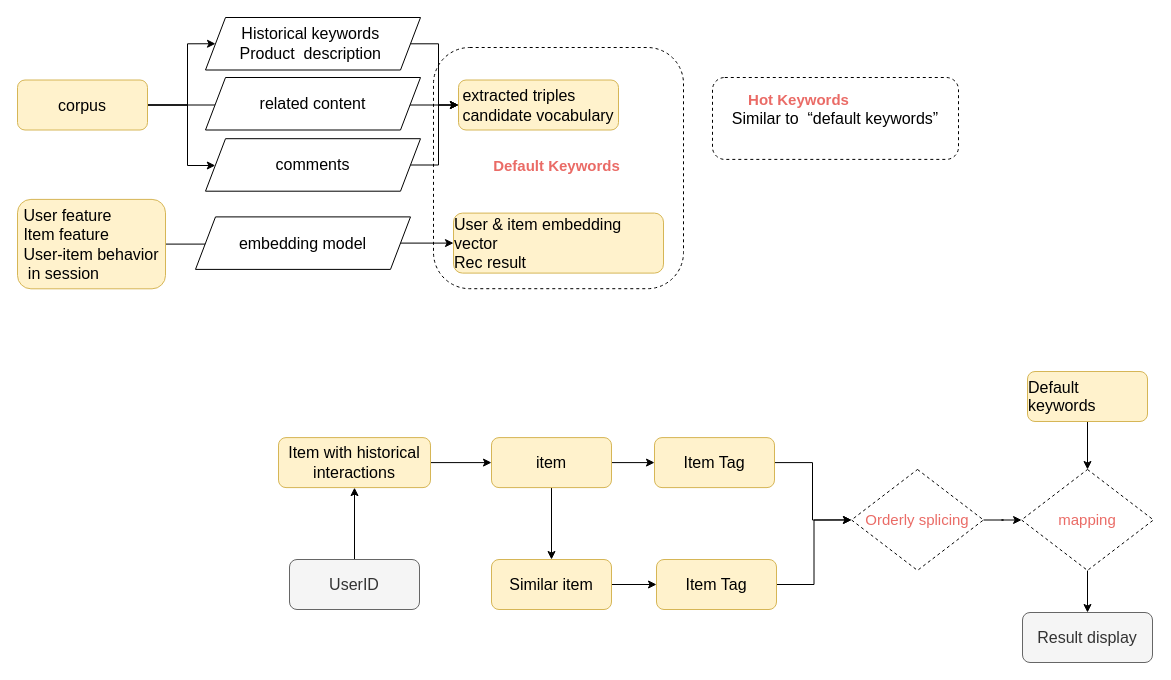
Above: page "Page-1" (1 of 2) of Untitled Diagram.drawio in LunaXiong/Sokoban1.1 (draw.io), before the change. Source tidied: cells renumbered, new cells numbered last; positions are measured from the earlier drawing's top-left corner, leaving out a move shared by most shapes. Both pictures are drawn from the tidied source at 100%, with x=0, y=0 at pixel (17, 17).
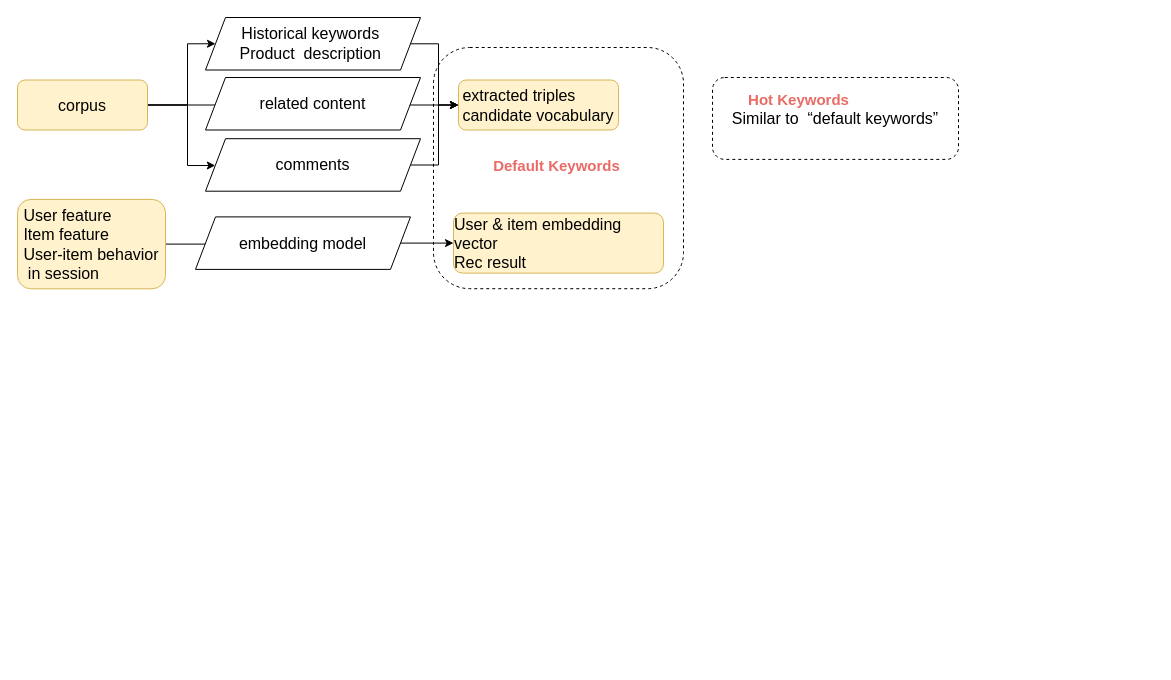
The same diagram, later.

What changed in the source:
```diff
@@
-    <mxCell id="20" style="edgeStyle=orthogonalEdgeStyle;rounded=0;jettySize=auto;html=1;fontSize=15;fontColor=#EA6B66;" parent="1" edge="1" source="21" target="23">
-      <mxGeometry relative="1" as="geometry" />
-    </mxCell>
-    <mxCell id="21" value="&lt;p style=&quot;line-height: normal ; margin-top: 0pt ; margin-bottom: 0pt ; margin-left: 0in ; text-align: left ; direction: ltr ; unicode-bidi: embed ; word-break: normal&quot;&gt;&lt;span style=&quot;font-size: 12pt ; font-family: &amp;#34;calibri&amp;#34;&quot;&gt;UserID&lt;/span&gt;&lt;/p&gt;" style="rounded=1;whiteSpace=wrap;html=1;fontSize=12;glass=0;strokeWidth=1;shadow=0;fillColor=#f5f5f5;strokeColor=#666666;fontColor=#333333;" parent="1" vertex="1">
-      <mxGeometry x="272" y="542" width="130" height="50" as="geometry" />
-    </mxCell>
-    <mxCell id="22" style="edgeStyle=orthogonalEdgeStyle;rounded=0;jettySize=auto;html=1;fontSize=15;fontColor=#EA6B66;" parent="1" edge="1" source="23" target="30">
-      <mxGeometry relative="1" as="geometry" />
-    </mxCell>
-    <mxCell id="23" value="&lt;div style=&quot;&quot;&gt;&lt;font face=&quot;calibri&quot;&gt;&lt;span style=&quot;font-size: 16px&quot;&gt;Item with historical interactions&lt;/span&gt;&lt;/font&gt;&lt;br&gt;&lt;/div&gt;" style="rounded=1;whiteSpace=wrap;html=1;fontSize=12;glass=0;strokeWidth=1;shadow=0;fillColor=#fff2cc;strokeColor=#d6b656;align=center;" parent="1" vertex="1">
-      <mxGeometry x="261" y="420.1" width="152" height="50" as="geometry" />
-    </mxCell>
-    <mxCell id="24" style="edgeStyle=orthogonalEdgeStyle;rounded=0;jettySize=auto;html=1;fontSize=15;fontColor=#EA6B66;" parent="1" edge="1" source="25" target="32">
-      <mxGeometry relative="1" as="geometry" />
-    </mxCell>
-    <mxCell id="25" value="&lt;div style=&quot;text-align: left&quot;&gt;&lt;span style=&quot;font-size: 16px&quot;&gt;&lt;font face=&quot;calibri&quot;&gt;Similar &lt;/font&gt;&lt;/span&gt;&lt;span style=&quot;font-family: &amp;#34;calibri&amp;#34; ; font-size: 12pt&quot;&gt;item&lt;/span&gt;&lt;/div&gt;" style="rounded=1;whiteSpace=wrap;html=1;fontSize=12;glass=0;strokeWidth=1;shadow=0;fillColor=#fff2cc;strokeColor=#d6b656;" parent="1" vertex="1">
-      <mxGeometry x="474" y="542" width="120" height="50" as="geometry" />
-    </mxCell>
-    <mxCell id="26" style="edgeStyle=orthogonalEdgeStyle;rounded=0;jettySize=auto;html=1;entryX=0;entryY=0.5;entryDx=0;entryDy=0;fontSize=15;fontColor=#EA6B66;" parent="1" edge="1" source="27" target="34">
-      <mxGeometry relative="1" as="geometry">
-        <Array as="points">
-          <mxPoint x="795" y="445" />
-          <mxPoint x="795" y="502" />
-        </Array>
-      </mxGeometry>
-    </mxCell>
-    <mxCell id="27" value="&lt;p style=&quot;line-height: normal ; margin-top: 0pt ; margin-bottom: 0pt ; margin-left: 0in ; text-align: left ; direction: ltr ; unicode-bidi: embed ; word-break: normal&quot;&gt;&lt;span style=&quot;font-size: 12pt ; font-family: &amp;#34;calibri&amp;#34;&quot;&gt;Item Tag&lt;/span&gt;&lt;/p&gt;" style="rounded=1;whiteSpace=wrap;html=1;fontSize=12;glass=0;strokeWidth=1;shadow=0;fillColor=#fff2cc;strokeColor=#d6b656;" parent="1" vertex="1">
-      <mxGeometry x="637" y="420.1" width="120" height="50" as="geometry" />
-    </mxCell>
-    <mxCell id="28" style="edgeStyle=orthogonalEdgeStyle;rounded=0;jettySize=auto;html=1;fontSize=15;fontColor=#EA6B66;" parent="1" edge="1" source="30" target="25">
-      <mxGeometry relative="1" as="geometry" />
-    </mxCell>
-    <mxCell id="29" style="edgeStyle=orthogonalEdgeStyle;rounded=0;jettySize=auto;html=1;fontSize=15;fontColor=#EA6B66;" parent="1" edge="1" source="30" target="27">
-      <mxGeometry relative="1" as="geometry" />
-    </mxCell>
-    <mxCell id="30" value="&lt;div style=&quot;text-align: left&quot;&gt;&lt;span style=&quot;font-family: &amp;#34;calibri&amp;#34; ; font-size: 12pt&quot;&gt;item&lt;/span&gt;&lt;/div&gt;" style="rounded=1;whiteSpace=wrap;html=1;fontSize=12;glass=0;strokeWidth=1;shadow=0;fillColor=#fff2cc;strokeColor=#d6b656;" parent="1" vertex="1">
-      <mxGeometry x="474" y="420.1" width="120" height="50" as="geometry" />
-    </mxCell>
-    <mxCell id="31" style="edgeStyle=orthogonalEdgeStyle;rounded=0;jettySize=auto;html=1;entryX=0;entryY=0.5;entryDx=0;entryDy=0;fontSize=15;fontColor=#EA6B66;" parent="1" edge="1" source="32" target="34">
-      <mxGeometry relative="1" as="geometry" />
-    </mxCell>
-    <mxCell id="32" value="&lt;p style=&quot;line-height: normal ; margin-top: 0pt ; margin-bottom: 0pt ; margin-left: 0in ; text-align: left ; direction: ltr ; unicode-bidi: embed ; word-break: normal&quot;&gt;&lt;span style=&quot;font-size: 12pt ; font-family: &amp;#34;calibri&amp;#34;&quot;&gt;Item Tag&lt;/span&gt;&lt;/p&gt;" style="rounded=1;whiteSpace=wrap;html=1;fontSize=12;glass=0;strokeWidth=1;shadow=0;fillColor=#fff2cc;strokeColor=#d6b656;" parent="1" vertex="1">
-      <mxGeometry x="639" y="542" width="120" height="50" as="geometry" />
-    </mxCell>
-    <mxCell id="33" style="edgeStyle=orthogonalEdgeStyle;rounded=0;jettySize=auto;html=1;fontSize=15;fontColor=#EA6B66;" parent="1" edge="1" source="34" target="36">
-      <mxGeometry relative="1" as="geometry" />
-    </mxCell>
-    <mxCell id="34" value="Orderly splicing" style="rhombus;whiteSpace=wrap;html=1;dashed=1;strokeColor=#000000;fontSize=15;fontColor=#EA6B66;align=center;" parent="1" vertex="1">
-      <mxGeometry x="834" y="452" width="132" height="100.9" as="geometry" />
-    </mxCell>
-    <mxCell id="35" style="edgeStyle=orthogonalEdgeStyle;rounded=0;jettySize=auto;html=1;fontSize=15;fontColor=#EA6B66;" parent="1" edge="1" source="36" target="39">
-      <mxGeometry relative="1" as="geometry" />
-    </mxCell>
-    <mxCell id="36" value="mapping" style="rhombus;whiteSpace=wrap;html=1;dashed=1;strokeColor=#000000;fontSize=15;fontColor=#EA6B66;align=center;" parent="1" vertex="1">
-      <mxGeometry x="1004" y="452" width="132" height="100.9" as="geometry" />
-    </mxCell>
-    <mxCell id="37" style="edgeStyle=orthogonalEdgeStyle;rounded=0;jettySize=auto;html=1;fontSize=15;fontColor=#EA6B66;" parent="1" edge="1" source="38" target="36">
-      <mxGeometry relative="1" as="geometry" />
-    </mxCell>
-    <mxCell id="38" value="&lt;p style=&quot;line-height: normal ; margin-top: 0pt ; margin-bottom: 0pt ; margin-left: 0in ; text-align: left ; direction: ltr ; unicode-bidi: embed ; word-break: normal&quot;&gt;&lt;font face=&quot;calibri&quot;&gt;&lt;span style=&quot;font-size: 16px&quot;&gt;Default keywords&lt;/span&gt;&lt;/font&gt;&lt;br&gt;&lt;/p&gt;" style="rounded=1;whiteSpace=wrap;html=1;fontSize=12;glass=0;strokeWidth=1;shadow=0;fillColor=#fff2cc;strokeColor=#d6b656;" parent="1" vertex="1">
-      <mxGeometry x="1010" y="354" width="120" height="50" as="geometry" />
-    </mxCell>
-    <mxCell id="39" value="&lt;p style=&quot;line-height: normal ; margin-top: 0pt ; margin-bottom: 0pt ; margin-left: 0in ; text-align: left ; direction: ltr ; unicode-bidi: embed ; word-break: normal&quot;&gt;&lt;font face=&quot;calibri&quot;&gt;&lt;span style=&quot;font-size: 16px&quot;&gt;Result display&lt;/span&gt;&lt;/font&gt;&lt;br&gt;&lt;/p&gt;" style="rounded=1;whiteSpace=wrap;html=1;fontSize=12;glass=0;strokeWidth=1;shadow=0;fillColor=#f5f5f5;strokeColor=#666666;fontColor=#333333;" parent="1" vertex="1">
-      <mxGeometry x="1005" y="595" width="130" height="50" as="geometry" />
-    </mxCell>
```
